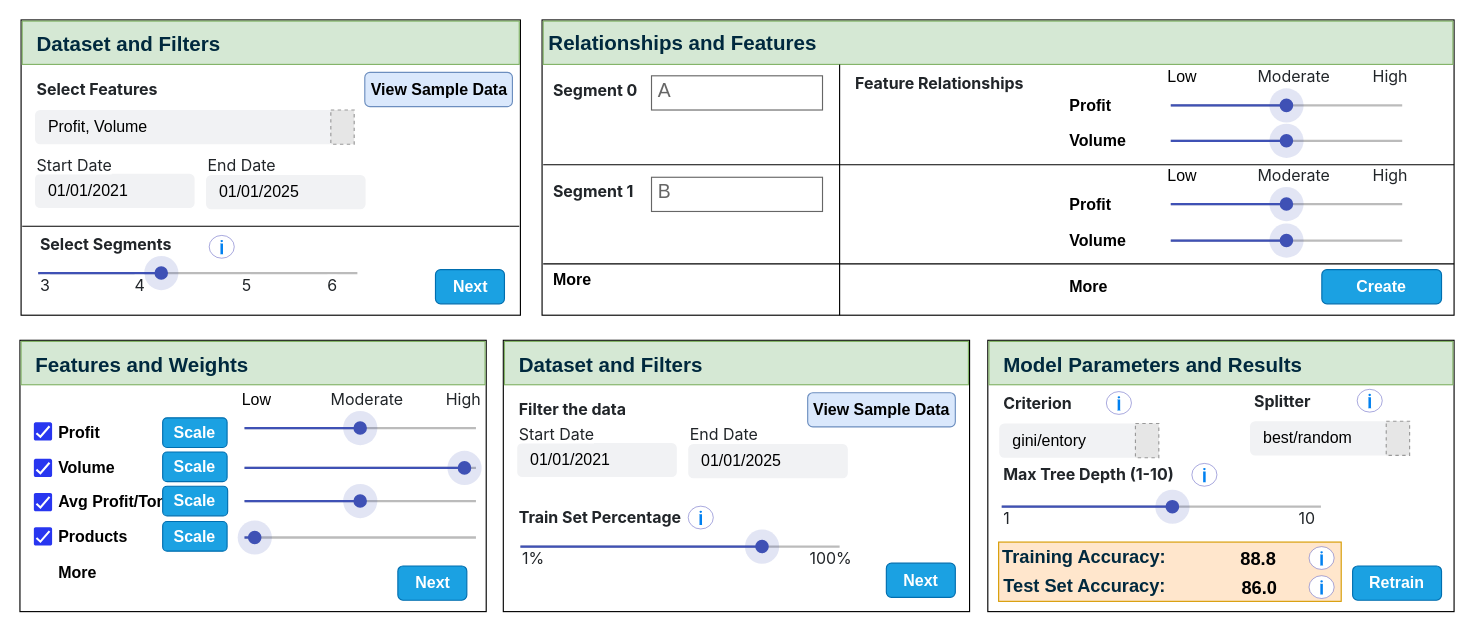
This is page "Page-1" (1 of 2) of ext/iui_interface_02.drawio from raeeschaudhary/Coursera_Exams, a draw.io file, before an edit. Source tidied: cells renumbered, new cells numbered last; positions are measured from the earlier drawing's top-left corner, leaving out a move shared by most shapes. Both pictures are drawn from the tidied source at 114%, with x=0, y=0 at pixel (19, 19). Pictures stored in the file or linked from it are replaced by grey dashed boxes.
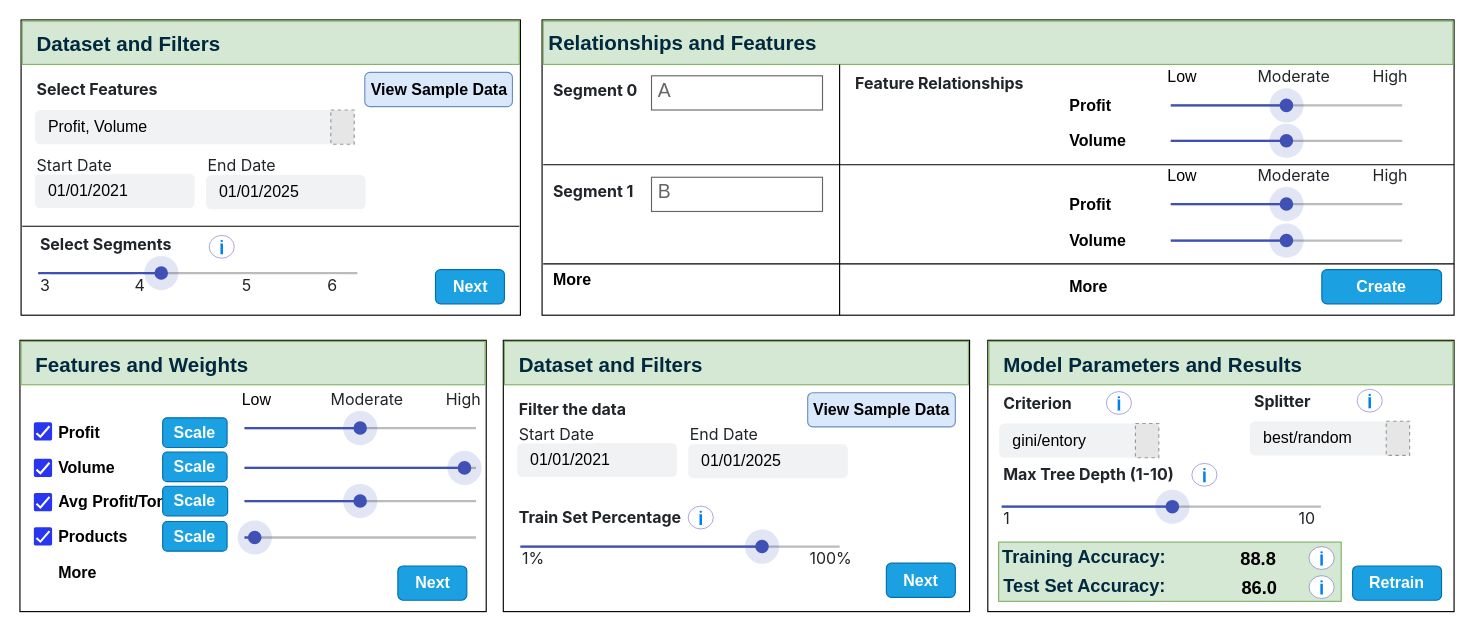
After the change.

Change to the diagram source:
```diff
@@
-    <mxCell id="52" style="rounded=0;whiteSpace=wrap;html=1;fillColor=#ffe6cc;fillStyle=solid;strokeColor=#d79b00;fontFamily=corbel;fontSize=16;" parent="1" vertex="1">
+    <mxCell id="52" style="rounded=0;whiteSpace=wrap;html=1;fillColor=#d5e8d4;fillStyle=solid;strokeColor=#82b366;fontFamily=corbel;fontSize=16;" parent="1" vertex="1">
       <mxGeometry x="858.5" y="458" width="300.5" height="52" as="geometry" />
     </mxCell>
```
